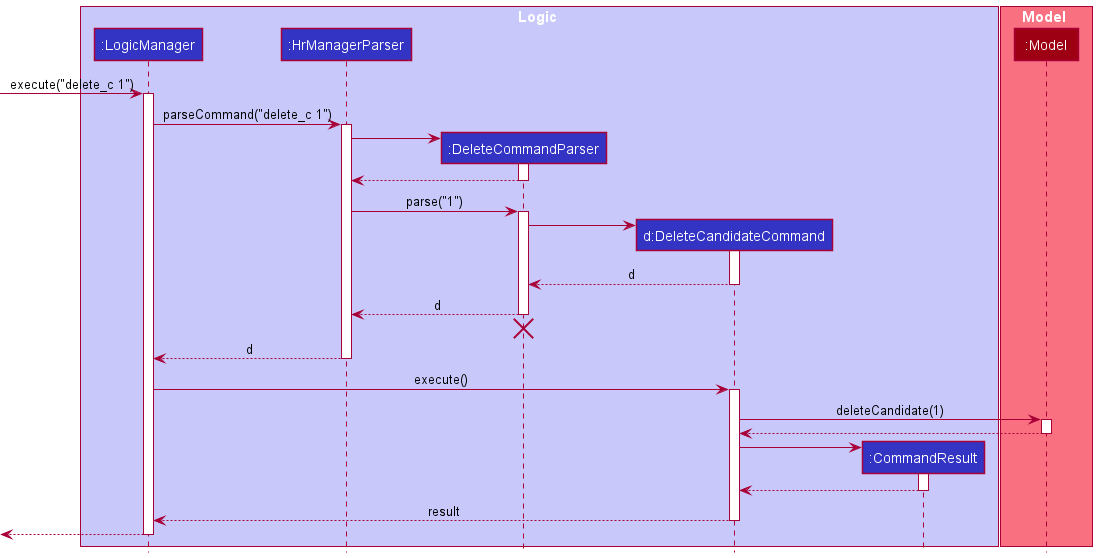
This is docs/images/DeleteSequenceDiagram.png from seaweediman/tp, a PlantUML export, as it was before one commit.
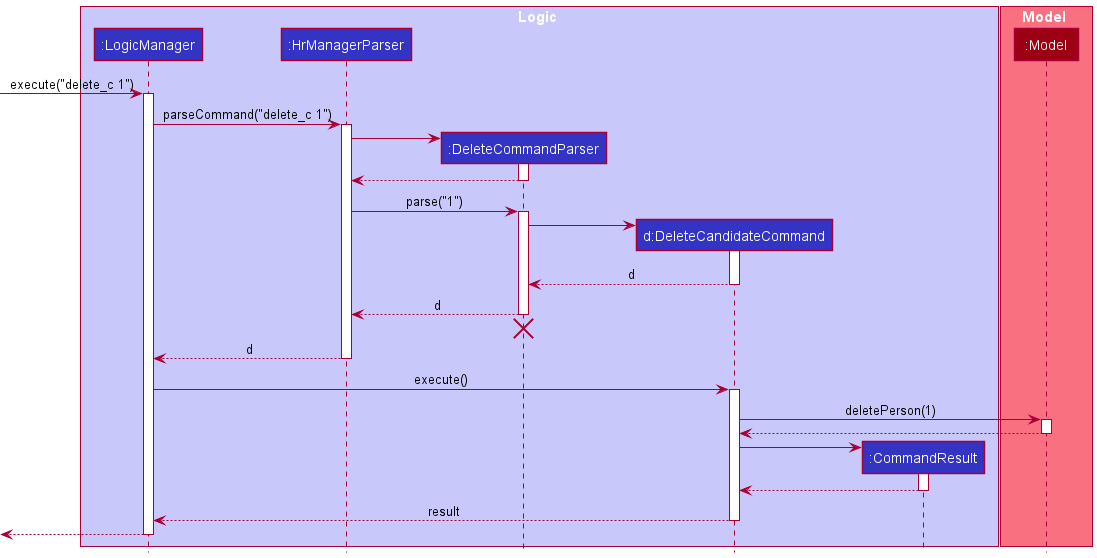
After the commit.

Commit message:
Fix method name typo in diagram

Diff of the diagram source:
```diff
@@ -47,7 +47,7 @@
 LogicManager -> DeleteCandidateCommand : execute()
 activate DeleteCandidateCommand
 
-DeleteCandidateCommand -> Model : deleteCandidate(1)
+DeleteCandidateCommand -> Model : deletePerson(1)
 activate Model
 
 Model --> DeleteCandidateCommand
```
